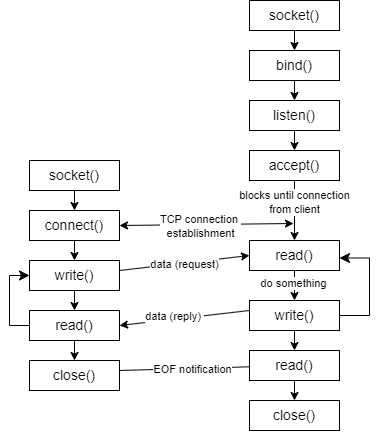
The draw.io diagram cpp/pics/socket.drawio.png in zhaoyan/dev_doc, before a commit. Source tidied: cells renumbered, new cells last; positions are measured from the earlier drawing's top-left corner, leaving out a move shared by most shapes. Source of this version:
```xml
<mxGraphModel>
  <root>
    <mxCell id="0" />
    <mxCell id="1" parent="0" />
    <mxCell id="2" value="socket()" style="rounded=0;whiteSpace=wrap;html=1;fontSize=14;" parent="1" vertex="1">
      <mxGeometry x="240" width="90" height="30" as="geometry" />
    </mxCell>
    <mxCell id="3" style="endArrow=classic;html=1;rounded=0;exitX=0.5;exitY=1;exitDx=0;exitDy=0;" parent="1" edge="1" source="2">
      <mxGeometry relative="1" as="geometry">
        <mxPoint x="285" y="50" as="targetPoint" />
      </mxGeometry>
    </mxCell>
    <mxCell id="4" value="bind()" style="rounded=0;whiteSpace=wrap;html=1;fontSize=14;" parent="1" vertex="1">
      <mxGeometry x="240" y="50" width="90" height="30" as="geometry" />
    </mxCell>
    <mxCell id="5" style="endArrow=classic;html=1;rounded=0;exitX=0.5;exitY=1;exitDx=0;exitDy=0;" parent="1" edge="1" source="4">
      <mxGeometry relative="1" as="geometry">
        <mxPoint x="285" y="100" as="targetPoint" />
      </mxGeometry>
    </mxCell>
    <mxCell id="6" value="listen()" style="rounded=0;whiteSpace=wrap;html=1;fontSize=14;" parent="1" vertex="1">
      <mxGeometry x="240" y="100" width="90" height="30" as="geometry" />
    </mxCell>
    <mxCell id="7" style="endArrow=classic;html=1;rounded=0;exitX=0.5;exitY=1;exitDx=0;exitDy=0;" parent="1" edge="1" source="6">
      <mxGeometry relative="1" as="geometry">
        <mxPoint x="285" y="150" as="targetPoint" />
      </mxGeometry>
    </mxCell>
    <mxCell id="8" value="accept()" style="rounded=0;whiteSpace=wrap;html=1;fontSize=14;" parent="1" vertex="1">
      <mxGeometry x="240" y="150" width="90" height="30" as="geometry" />
    </mxCell>
    <mxCell id="9" style="endArrow=classic;html=1;rounded=0;exitX=0.5;exitY=1;exitDx=0;exitDy=0;entryX=0.5;entryY=0;entryDx=0;entryDy=0;" parent="1" edge="1" source="8" target="11">
      <mxGeometry relative="1" as="geometry" />
    </mxCell>
    <mxCell id="10" value="blocks until connection&lt;div&gt;from client&lt;/div&gt;" style="edgeLabel;html=1;align=center;verticalAlign=middle;" parent="9" vertex="1">
      <mxGeometry x="-0.28" relative="1" as="geometry" />
    </mxCell>
    <mxCell id="11" value="read()" style="rounded=0;whiteSpace=wrap;html=1;fontSize=14;" parent="1" vertex="1">
      <mxGeometry x="240" y="240" width="90" height="30" as="geometry" />
    </mxCell>
    <mxCell id="12" style="endArrow=classic;html=1;rounded=0;exitX=0.5;exitY=1;exitDx=0;exitDy=0;entryX=0.5;entryY=0;entryDx=0;entryDy=0;" parent="1" edge="1" source="11" target="14">
      <mxGeometry relative="1" as="geometry" />
    </mxCell>
    <mxCell id="13" value="do something" style="edgeLabel;html=1;align=center;verticalAlign=middle;" parent="12" vertex="1">
      <mxGeometry x="-0.15" y="-1" relative="1" as="geometry" />
    </mxCell>
    <mxCell id="14" value="write()" style="rounded=0;whiteSpace=wrap;html=1;fontSize=14;" parent="1" vertex="1">
      <mxGeometry x="240" y="300" width="90" height="30" as="geometry" />
    </mxCell>
    <mxCell id="15" style="endArrow=classic;html=1;rounded=0;exitX=0.5;exitY=1;exitDx=0;exitDy=0;" parent="1" edge="1" source="14">
      <mxGeometry relative="1" as="geometry">
        <mxPoint x="285" y="350" as="targetPoint" />
      </mxGeometry>
    </mxCell>
    <mxCell id="16" value="read()" style="rounded=0;whiteSpace=wrap;html=1;fontSize=14;" parent="1" vertex="1">
      <mxGeometry x="240" y="350" width="90" height="30" as="geometry" />
    </mxCell>
    <mxCell id="17" style="endArrow=classic;html=1;rounded=0;exitX=0.5;exitY=1;exitDx=0;exitDy=0;" parent="1" edge="1" source="16">
      <mxGeometry relative="1" as="geometry">
        <mxPoint x="285" y="400" as="targetPoint" />
      </mxGeometry>
    </mxCell>
    <mxCell id="18" value="close()" style="rounded=0;whiteSpace=wrap;html=1;fontSize=14;" parent="1" vertex="1">
      <mxGeometry x="240" y="400" width="90" height="30" as="geometry" />
    </mxCell>
    <mxCell id="19" value="socket()" style="rounded=0;whiteSpace=wrap;html=1;fontSize=14;" parent="1" vertex="1">
      <mxGeometry x="20" y="160" width="90" height="30" as="geometry" />
    </mxCell>
    <mxCell id="20" style="endArrow=classic;html=1;rounded=0;exitX=0.5;exitY=1;exitDx=0;exitDy=0;" parent="1" edge="1" source="19">
      <mxGeometry relative="1" as="geometry">
        <mxPoint x="65" y="210" as="targetPoint" />
      </mxGeometry>
    </mxCell>
    <mxCell id="21" value="connect()" style="rounded=0;whiteSpace=wrap;html=1;fontSize=14;" parent="1" vertex="1">
      <mxGeometry x="20" y="210" width="90" height="30" as="geometry" />
    </mxCell>
    <mxCell id="22" style="endArrow=classic;html=1;rounded=0;exitX=0.5;exitY=1;exitDx=0;exitDy=0;" parent="1" edge="1" source="21">
      <mxGeometry relative="1" as="geometry">
        <mxPoint x="65" y="260" as="targetPoint" />
      </mxGeometry>
    </mxCell>
    <mxCell id="23" value="write()" style="rounded=0;whiteSpace=wrap;html=1;fontSize=14;" parent="1" vertex="1">
      <mxGeometry x="20" y="260" width="90" height="30" as="geometry" />
    </mxCell>
    <mxCell id="24" style="endArrow=classic;html=1;rounded=0;exitX=0.5;exitY=1;exitDx=0;exitDy=0;" parent="1" edge="1" source="23">
      <mxGeometry relative="1" as="geometry">
        <mxPoint x="65" y="310" as="targetPoint" />
      </mxGeometry>
    </mxCell>
    <mxCell id="25" value="read()" style="rounded=0;whiteSpace=wrap;html=1;fontSize=14;" parent="1" vertex="1">
      <mxGeometry x="20" y="310" width="90" height="30" as="geometry" />
    </mxCell>
    <mxCell id="26" style="endArrow=classic;html=1;rounded=0;exitX=0.5;exitY=1;exitDx=0;exitDy=0;" parent="1" edge="1" source="25">
      <mxGeometry relative="1" as="geometry">
        <mxPoint x="65" y="360" as="targetPoint" />
      </mxGeometry>
    </mxCell>
    <mxCell id="27" value="close()" style="rounded=0;whiteSpace=wrap;html=1;fontSize=14;" parent="1" vertex="1">
      <mxGeometry x="20" y="360" width="90" height="30" as="geometry" />
    </mxCell>
    <mxCell id="28" style="endArrow=classic;startArrow=classic;html=1;rounded=0;exitX=1;exitY=0.5;exitDx=0;exitDy=0;" parent="1" edge="1" source="21">
      <mxGeometry relative="1" as="geometry">
        <mxPoint x="284" y="223" as="targetPoint" />
      </mxGeometry>
    </mxCell>
    <mxCell id="29" value="TCP connection&amp;nbsp;&lt;div&gt;establishment&lt;/div&gt;" style="edgeLabel;html=1;align=center;verticalAlign=middle;" parent="28" vertex="1">
      <mxGeometry x="-0.32" y="-1" relative="1" as="geometry">
        <mxPoint x="21" as="offset" />
      </mxGeometry>
    </mxCell>
    <mxCell id="30" style="endArrow=classic;html=1;rounded=0;entryX=0;entryY=0.5;entryDx=0;entryDy=0;" parent="1" edge="1" target="11">
      <mxGeometry relative="1" as="geometry">
        <mxPoint x="110" y="270" as="sourcePoint" />
      </mxGeometry>
    </mxCell>
    <mxCell id="31" value="data (request)" style="edgeLabel;html=1;align=center;verticalAlign=middle;" parent="30" vertex="1">
      <mxGeometry x="-0.01" y="-1" relative="1" as="geometry" />
    </mxCell>
    <mxCell id="32" style="endArrow=classic;html=1;rounded=0;entryX=1;entryY=0.5;entryDx=0;entryDy=0;" parent="1" edge="1" target="25">
      <mxGeometry relative="1" as="geometry">
        <mxPoint x="240" y="310" as="sourcePoint" />
      </mxGeometry>
    </mxCell>
    <mxCell id="33" value="data (reply)&amp;nbsp;" style="edgeLabel;html=1;align=center;verticalAlign=middle;" parent="32" vertex="1">
      <mxGeometry x="0.15" y="-3" relative="1" as="geometry" />
    </mxCell>
    <mxCell id="34" style="endArrow=none;html=1;rounded=0;" parent="1" edge="1" target="16">
      <mxGeometry relative="1" as="geometry">
        <mxPoint x="110" y="370" as="sourcePoint" />
      </mxGeometry>
    </mxCell>
    <mxCell id="35" value="EOF notification" style="edgeLabel;html=1;align=center;verticalAlign=middle;" parent="34" vertex="1">
      <mxGeometry x="0.12" y="-1" relative="1" as="geometry" />
    </mxCell>
    <mxCell id="36" style="edgeStyle=elbowEdgeStyle;elbow=horizontal;endArrow=classic;html=1;curved=0;rounded=0;endSize=8;startSize=8;entryX=1;entryY=0.25;entryDx=0;entryDy=0;exitX=1;exitY=0.5;exitDx=0;exitDy=0;" parent="1" edge="1" source="14">
      <mxGeometry relative="1" as="geometry">
        <mxPoint x="330" y="257.5" as="targetPoint" />
        <Array as="points">
          <mxPoint x="360" y="280" />
        </Array>
      </mxGeometry>
    </mxCell>
    <mxCell id="37" style="edgeStyle=elbowEdgeStyle;elbow=horizontal;endArrow=classic;html=1;curved=0;rounded=0;endSize=8;startSize=8;entryX=0;entryY=0.5;entryDx=0;entryDy=0;exitX=0;exitY=0.5;exitDx=0;exitDy=0;" parent="1" edge="1" source="25" target="23">
      <mxGeometry relative="1" as="geometry">
        <Array as="points">
          <mxPoint y="300" />
        </Array>
      </mxGeometry>
    </mxCell>
  </root>
</mxGraphModel>
```
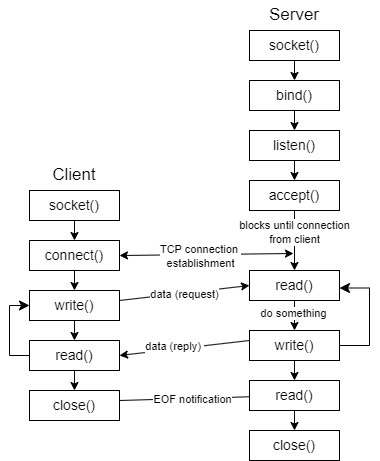
Above is the later version.

Diff of the diagram source:
```diff
@@ -147,5 +147,11 @@
         </Array>
       </mxGeometry>
     </mxCell>
+    <mxCell id="38" value="Client" style="text;html=1;align=center;verticalAlign=middle;whiteSpace=wrap;rounded=0;fontSize=17;" parent="1" vertex="1">
+      <mxGeometry x="35" y="130" width="60" height="30" as="geometry" />
+    </mxCell>
+    <mxCell id="39" value="Server" style="text;html=1;align=center;verticalAlign=middle;whiteSpace=wrap;rounded=0;fontSize=17;" parent="1" vertex="1">
+      <mxGeometry x="255" y="-30" width="60" height="30" as="geometry" />
+    </mxCell>
   </root>
 </mxGraphModel>
```
